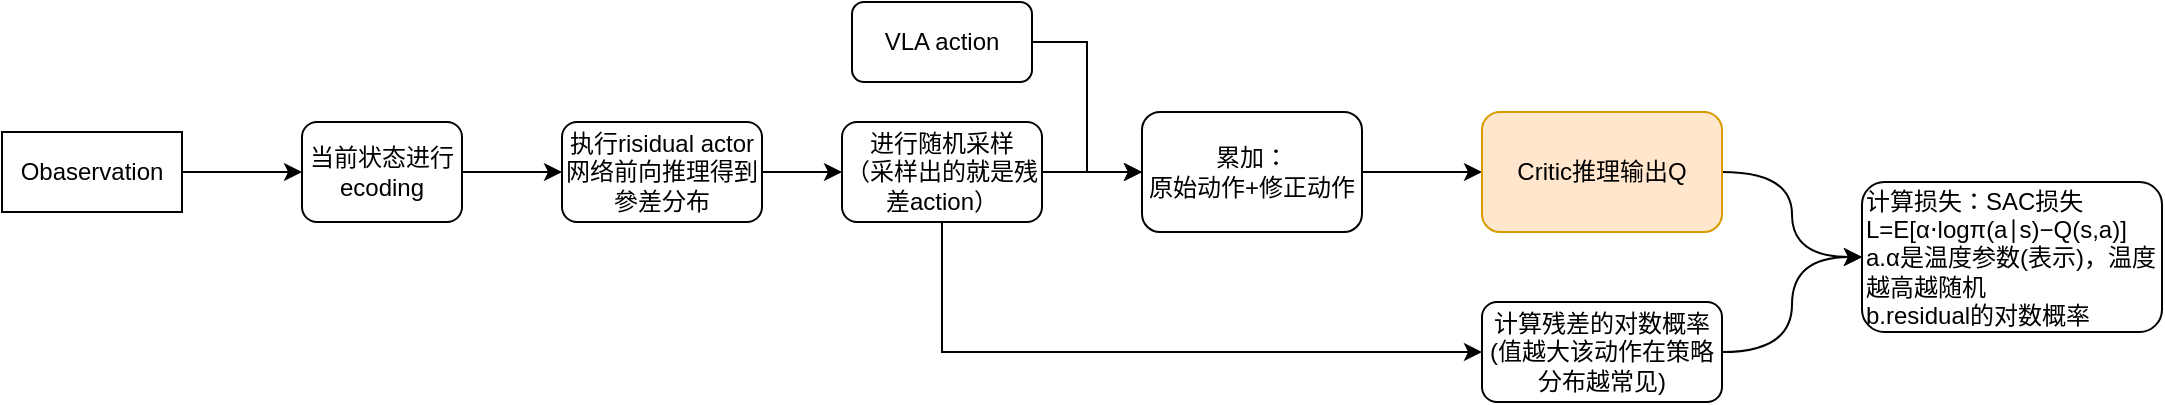
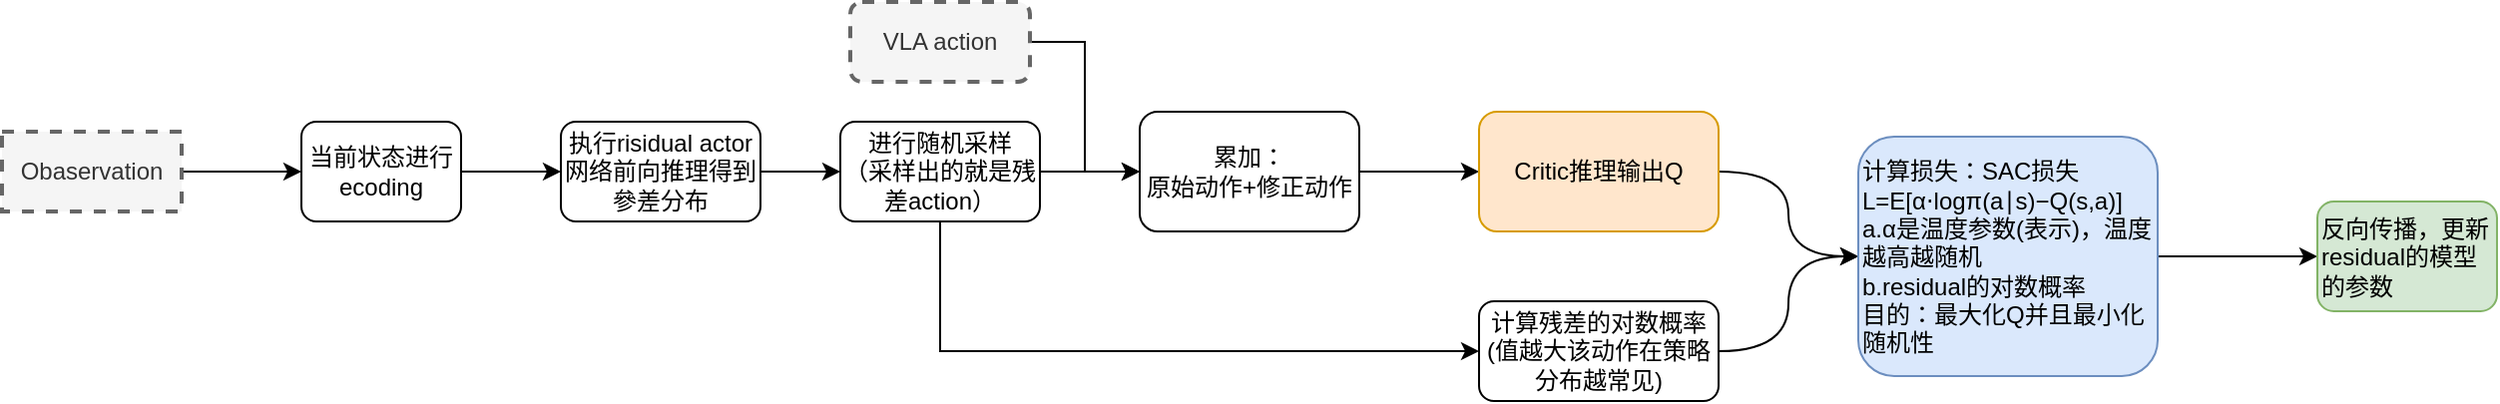
<mxfile host="app.diagrams.net">
  <diagram name="第 1 页" id="Xl2nalXjscSPXPMrPieM">
-     <mxGraphModel dx="1223" dy="1125" grid="1" gridSize="10" guides="1" tooltips="1" connect="1" arrows="1" fold="1" page="1" pageScale="1" pageWidth="827" pageHeight="1169" math="0" shadow="0">
+     <mxGraphModel dx="1784" dy="2718" grid="1" gridSize="10" guides="1" tooltips="1" connect="1" arrows="1" fold="1" page="1" pageScale="1" pageWidth="827" pageHeight="1169" math="0" shadow="0">
      <root>
        <mxCell id="0" />
        <mxCell id="1" parent="0" />
        <mxCell id="5m5IZYSdE89hOnIhnB_D-3" edge="1" parent="1" source="5m5IZYSdE89hOnIhnB_D-1" style="edgeStyle=orthogonalEdgeStyle;rounded=0;orthogonalLoop=1;jettySize=auto;html=1;" target="5m5IZYSdE89hOnIhnB_D-2" value="">
          <mxGeometry relative="1" as="geometry" />
        </mxCell>
        <mxCell id="5m5IZYSdE89hOnIhnB_D-1" parent="1" style="rounded=1;whiteSpace=wrap;html=1;" value="当前状态进行ecoding" vertex="1">
          <mxGeometry height="50" width="80" x="110" y="300" as="geometry" />
        </mxCell>
        <mxCell id="5m5IZYSdE89hOnIhnB_D-5" edge="1" parent="1" source="5m5IZYSdE89hOnIhnB_D-2" style="edgeStyle=orthogonalEdgeStyle;rounded=0;orthogonalLoop=1;jettySize=auto;html=1;" target="5m5IZYSdE89hOnIhnB_D-4" value="">
          <mxGeometry relative="1" as="geometry" />
        </mxCell>
        <mxCell id="5m5IZYSdE89hOnIhnB_D-2" parent="1" style="rounded=1;whiteSpace=wrap;html=1;" value="执行risidual actor网络前向推理得到參差分布" vertex="1">
          <mxGeometry height="50" width="100" x="240" y="300" as="geometry" />
        </mxCell>
        <mxCell id="5m5IZYSdE89hOnIhnB_D-7" edge="1" parent="1" source="5m5IZYSdE89hOnIhnB_D-4" style="edgeStyle=orthogonalEdgeStyle;rounded=0;orthogonalLoop=1;jettySize=auto;html=1;exitX=0.5;exitY=1;exitDx=0;exitDy=0;entryX=0;entryY=0.5;entryDx=0;entryDy=0;" target="5m5IZYSdE89hOnIhnB_D-6" value="">
          <mxGeometry relative="1" as="geometry" />
        </mxCell>
        <mxCell id="5m5IZYSdE89hOnIhnB_D-14" edge="1" parent="1" source="5m5IZYSdE89hOnIhnB_D-4" style="edgeStyle=orthogonalEdgeStyle;rounded=0;orthogonalLoop=1;jettySize=auto;html=1;exitX=1;exitY=0.5;exitDx=0;exitDy=0;entryX=0;entryY=0.5;entryDx=0;entryDy=0;" target="5m5IZYSdE89hOnIhnB_D-12">
          <mxGeometry relative="1" as="geometry" />
        </mxCell>
        <mxCell id="5m5IZYSdE89hOnIhnB_D-4" parent="1" style="rounded=1;whiteSpace=wrap;html=1;" value="进行随机采样&lt;br&gt;（采样出的就是残差action）" vertex="1">
          <mxGeometry height="50" width="100" x="380" y="300" as="geometry" />
        </mxCell>
        <mxCell id="5m5IZYSdE89hOnIhnB_D-19" edge="1" parent="1" source="5m5IZYSdE89hOnIhnB_D-6" style="edgeStyle=orthogonalEdgeStyle;rounded=0;orthogonalLoop=1;jettySize=auto;html=1;exitX=1;exitY=0.5;exitDx=0;exitDy=0;entryX=0;entryY=0.5;entryDx=0;entryDy=0;curved=1;" target="5m5IZYSdE89hOnIhnB_D-17">
          <mxGeometry relative="1" as="geometry" />
        </mxCell>
        <mxCell id="5m5IZYSdE89hOnIhnB_D-6" parent="1" style="rounded=1;whiteSpace=wrap;html=1;" value="计算残差的对数概率&lt;br&gt;(值越大该动作在策略分布越常见)" vertex="1">
          <mxGeometry height="50" width="120" x="700" y="390" as="geometry" />
        </mxCell>
        <mxCell id="5m5IZYSdE89hOnIhnB_D-9" edge="1" parent="1" source="5m5IZYSdE89hOnIhnB_D-8" style="edgeStyle=orthogonalEdgeStyle;rounded=0;orthogonalLoop=1;jettySize=auto;html=1;exitX=1;exitY=0.5;exitDx=0;exitDy=0;entryX=0;entryY=0.5;entryDx=0;entryDy=0;" target="5m5IZYSdE89hOnIhnB_D-1">
          <mxGeometry relative="1" as="geometry" />
        </mxCell>
-         <mxCell id="5m5IZYSdE89hOnIhnB_D-8" parent="1" style="rounded=0;whiteSpace=wrap;html=1;" value="Obaservation" vertex="1">
+         <mxCell id="5m5IZYSdE89hOnIhnB_D-8" parent="1" style="rounded=0;whiteSpace=wrap;html=1;fillColor=#f5f5f5;fontColor=#333333;strokeColor=#666666;dashed=1;strokeWidth=2;" value="Obaservation" vertex="1">
          <mxGeometry height="40" width="90" x="-40" y="305" as="geometry" />
        </mxCell>
        <mxCell id="5m5IZYSdE89hOnIhnB_D-13" edge="1" parent="1" source="5m5IZYSdE89hOnIhnB_D-10" style="edgeStyle=orthogonalEdgeStyle;rounded=0;orthogonalLoop=1;jettySize=auto;html=1;exitX=1;exitY=0.5;exitDx=0;exitDy=0;entryX=0;entryY=0.5;entryDx=0;entryDy=0;" target="5m5IZYSdE89hOnIhnB_D-12">
          <mxGeometry relative="1" as="geometry" />
        </mxCell>
-         <mxCell id="5m5IZYSdE89hOnIhnB_D-10" parent="1" style="rounded=1;whiteSpace=wrap;html=1;" value="VLA action" vertex="1">
+         <mxCell id="5m5IZYSdE89hOnIhnB_D-10" parent="1" style="rounded=1;whiteSpace=wrap;html=1;fillColor=#f5f5f5;fontColor=#333333;strokeColor=#666666;dashed=1;strokeWidth=2;" value="VLA action" vertex="1">
          <mxGeometry height="40" width="90" x="385" y="240" as="geometry" />
        </mxCell>
        <mxCell id="5m5IZYSdE89hOnIhnB_D-16" edge="1" parent="1" source="5m5IZYSdE89hOnIhnB_D-12" style="edgeStyle=orthogonalEdgeStyle;rounded=0;orthogonalLoop=1;jettySize=auto;html=1;exitX=1;exitY=0.5;exitDx=0;exitDy=0;entryX=0;entryY=0.5;entryDx=0;entryDy=0;" target="5m5IZYSdE89hOnIhnB_D-15">
          <mxGeometry relative="1" as="geometry" />
        </mxCell>
        <mxCell id="5m5IZYSdE89hOnIhnB_D-12" parent="1" style="rounded=1;whiteSpace=wrap;html=1;" value="累加：&lt;br&gt;原始动作+修正动作" vertex="1">
          <mxGeometry height="60" width="110" x="530" y="295" as="geometry" />
        </mxCell>
        <mxCell id="5m5IZYSdE89hOnIhnB_D-18" edge="1" parent="1" source="5m5IZYSdE89hOnIhnB_D-15" style="edgeStyle=orthogonalEdgeStyle;rounded=0;orthogonalLoop=1;jettySize=auto;html=1;exitX=1;exitY=0.5;exitDx=0;exitDy=0;entryX=0;entryY=0.5;entryDx=0;entryDy=0;curved=1;" target="5m5IZYSdE89hOnIhnB_D-17">
          <mxGeometry relative="1" as="geometry" />
        </mxCell>
        <mxCell id="5m5IZYSdE89hOnIhnB_D-15" parent="1" style="rounded=1;whiteSpace=wrap;html=1;fillColor=#ffe6cc;strokeColor=#d79b00;" value="Critic推理输出Q" vertex="1">
          <mxGeometry height="60" width="120" x="700" y="295" as="geometry" />
        </mxCell>
-         <mxCell id="5m5IZYSdE89hOnIhnB_D-17" parent="1" style="rounded=1;whiteSpace=wrap;html=1;align=left;" value="计算损失：SAC损失&lt;br&gt;L=E[α⋅logπ(a∣s)−Q(s,a)]&lt;div&gt;a.α是温度参数(表示)，温度越高越随机&lt;br&gt;b.residual的对数概率&lt;/div&gt;" vertex="1">
-           <mxGeometry height="75" width="150" x="890" y="330" as="geometry" />
+         <mxCell id="5m5IZYSdE89hOnIhnB_D-21" edge="1" parent="1" source="5m5IZYSdE89hOnIhnB_D-17" style="edgeStyle=orthogonalEdgeStyle;curved=1;rounded=0;orthogonalLoop=1;jettySize=auto;html=1;" target="5m5IZYSdE89hOnIhnB_D-20" value="">
+           <mxGeometry relative="1" as="geometry" />
+         </mxCell>
+         <mxCell id="5m5IZYSdE89hOnIhnB_D-17" parent="1" style="rounded=1;whiteSpace=wrap;html=1;align=left;fillColor=#dae8fc;strokeColor=#6c8ebf;" value="计算损失：SAC损失&lt;br&gt;L=E[α⋅logπ(a∣s)−Q(s,a)]&lt;div&gt;a.α是温度参数(表示)，温度越高越随机&lt;br&gt;b.residual的对数概率&lt;br&gt;目的：最大化Q并且最小化随机性&lt;/div&gt;" vertex="1">
+           <mxGeometry height="120" width="150" x="890" y="307.5" as="geometry" />
+         </mxCell>
+         <mxCell id="5m5IZYSdE89hOnIhnB_D-20" parent="1" style="rounded=1;whiteSpace=wrap;html=1;align=left;fillColor=#d5e8d4;strokeColor=#82b366;" value="反向传播，更新residual的模型的参数" vertex="1">
+           <mxGeometry height="55" width="90" x="1120" y="340" as="geometry" />
        </mxCell>
      </root>
    </mxGraphModel>
  </diagram>
</mxfile>
